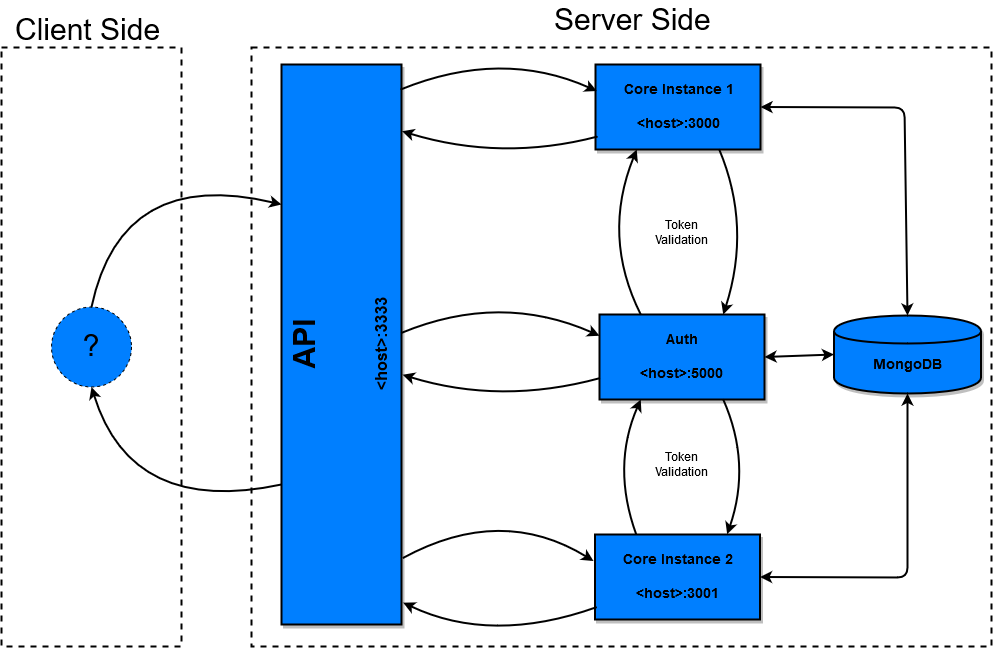
This is doc/Architecture.png from adautomendes/ds-servers-with-docker, a draw.io export, as it was before one commit. Source tidied: cells renumbered, new cells last; positions are measured from the earlier drawing's top-left corner, leaving out a move shared by most shapes. Its diagram source:
```xml
<mxGraphModel>
  <root>
    <mxCell id="0" />
    <mxCell id="1" parent="0" />
    <mxCell id="2" style="rounded=0;whiteSpace=wrap;html=1;shadow=0;glass=0;comic=0;labelBackgroundColor=none;strokeWidth=2;fillColor=none;fontSize=30;dashed=1;perimeterSpacing=28;" parent="1" vertex="1">
      <mxGeometry x="250" y="47" width="740" height="599" as="geometry" />
    </mxCell>
    <mxCell id="3" value="&lt;div style=&quot;font-size: 14px&quot;&gt;Core Instance 1&lt;/div&gt;&lt;div style=&quot;font-size: 14px&quot;&gt;&lt;br&gt;&lt;/div&gt;&lt;div style=&quot;font-size: 14px&quot;&gt;&amp;lt;host&amp;gt;:3000&lt;br style=&quot;font-size: 14px&quot;&gt;&lt;/div&gt;" style="whiteSpace=wrap;html=1;strokeWidth=2;fillColor=#007FFF;strokeColor=#000000;fontColor=#000000;rounded=0;glass=0;comic=0;shadow=1;fontSize=14;fontStyle=1;labelBackgroundColor=none;labelBorderColor=none;imageAspect=1;absoluteArcSize=0;" parent="1" vertex="1">
      <mxGeometry x="594" y="64" width="165" height="85" as="geometry" />
    </mxCell>
    <mxCell id="4" value="&lt;div style=&quot;font-size: 14px&quot;&gt;Core Instance 2&lt;/div&gt;&lt;div style=&quot;font-size: 14px&quot;&gt;&lt;br&gt;&lt;/div&gt;&lt;div style=&quot;font-size: 14px&quot;&gt;&amp;lt;host&amp;gt;:3001&lt;br style=&quot;font-size: 14px&quot;&gt;&lt;/div&gt;" style="whiteSpace=wrap;html=1;strokeWidth=2;fillColor=#007FFF;strokeColor=#000000;fontColor=#000000;rounded=0;glass=0;comic=0;shadow=1;fontSize=14;fontStyle=1;labelBackgroundColor=none;labelBorderColor=none;imageAspect=0;" parent="1" vertex="1">
      <mxGeometry x="593.5" y="534" width="165" height="85" as="geometry" />
    </mxCell>
    <mxCell id="5" value="&lt;div&gt;Auth&lt;/div&gt;&lt;div&gt;&lt;br&gt;&lt;/div&gt;&lt;div&gt;&amp;lt;host&amp;gt;:5000&lt;br&gt;&lt;/div&gt;" style="whiteSpace=wrap;html=1;strokeWidth=2;fillColor=#007FFF;strokeColor=#000000;fontColor=#000000;rounded=0;glass=0;comic=0;shadow=1;fontSize=14;fontStyle=1;labelBackgroundColor=none;labelBorderColor=none;imageAspect=0;" parent="1" vertex="1">
      <mxGeometry x="598" y="314" width="165" height="85" as="geometry" />
    </mxCell>
    <mxCell id="6" value="&lt;div&gt;API&lt;/div&gt;&lt;div&gt;&lt;br&gt;&lt;/div&gt;&lt;div&gt;&lt;font style=&quot;font-size: 16px&quot;&gt;&amp;lt;host&amp;gt;:3333&lt;/font&gt;&lt;br&gt;&lt;/div&gt;" style="rounded=0;whiteSpace=wrap;html=1;strokeWidth=2;fillColor=#007FFF;strokeColor=#000000;fontColor=#000000;glass=0;comic=0;shadow=1;fontSize=30;fontStyle=1;labelBackgroundColor=none;labelBorderColor=none;horizontal=0;verticalAlign=middle;" parent="1" vertex="1">
      <mxGeometry x="280" y="64" width="120" height="560" as="geometry" />
    </mxCell>
    <mxCell id="7" style="curved=1;endArrow=classic;html=1;entryX=0.008;entryY=0.312;entryDx=0;entryDy=0;entryPerimeter=0;exitX=0.995;exitY=0.002;exitDx=0;exitDy=0;exitPerimeter=0;shadow=0;comic=0;startSize=6;strokeWidth=2;" parent="1" edge="1" target="3">
      <mxGeometry relative="1" as="geometry">
        <mxPoint x="399.4" y="88.9" as="sourcePoint" />
        <Array as="points">
          <mxPoint x="500" y="48" />
        </Array>
      </mxGeometry>
    </mxCell>
    <mxCell id="8" style="curved=1;endArrow=classic;html=1;entryX=1.005;entryY=0.155;entryDx=0;entryDy=0;entryPerimeter=0;exitX=0.01;exitY=0.849;exitDx=0;exitDy=0;exitPerimeter=0;shadow=0;comic=0;startSize=6;strokeWidth=2;" parent="1" edge="1" source="3">
      <mxGeometry relative="1" as="geometry">
        <mxPoint x="400.6" y="130.8" as="targetPoint" />
        <Array as="points">
          <mxPoint x="500" y="161" />
        </Array>
      </mxGeometry>
    </mxCell>
    <mxCell id="9" style="curved=1;endArrow=classic;html=1;entryX=0;entryY=0.25;entryDx=0;entryDy=0;exitX=0.995;exitY=0.002;exitDx=0;exitDy=0;exitPerimeter=0;shadow=0;comic=0;startSize=6;strokeWidth=2;" parent="1" edge="1" target="5">
      <mxGeometry relative="1" as="geometry">
        <mxPoint x="399.9" y="332.4" as="sourcePoint" />
        <Array as="points">
          <mxPoint x="499" y="291.5" />
        </Array>
      </mxGeometry>
    </mxCell>
    <mxCell id="10" style="curved=1;endArrow=classic;html=1;entryX=1.005;entryY=0.155;entryDx=0;entryDy=0;entryPerimeter=0;exitX=0;exitY=0.75;exitDx=0;exitDy=0;shadow=0;comic=0;startSize=6;strokeWidth=2;" parent="1" edge="1" source="5">
      <mxGeometry relative="1" as="geometry">
        <mxPoint x="401.1" y="374.2" as="targetPoint" />
        <Array as="points">
          <mxPoint x="499" y="404.5" />
        </Array>
      </mxGeometry>
    </mxCell>
    <mxCell id="11" style="curved=1;endArrow=classic;html=1;entryX=-0.009;entryY=0.312;entryDx=0;entryDy=0;entryPerimeter=0;exitX=1.014;exitY=0.881;exitDx=0;exitDy=0;exitPerimeter=0;shadow=0;comic=0;startSize=6;strokeWidth=2;" parent="1" edge="1" source="6" target="4">
      <mxGeometry relative="1" as="geometry">
        <Array as="points">
          <mxPoint x="500" y="504" />
        </Array>
      </mxGeometry>
    </mxCell>
    <mxCell id="12" style="curved=1;endArrow=classic;html=1;entryX=1.014;entryY=0.961;entryDx=0;entryDy=0;entryPerimeter=0;exitX=0.008;exitY=0.856;exitDx=0;exitDy=0;exitPerimeter=0;shadow=0;comic=0;startSize=6;strokeWidth=2;" parent="1" edge="1" source="4" target="6">
      <mxGeometry relative="1" as="geometry">
        <Array as="points">
          <mxPoint x="490" y="644" />
        </Array>
      </mxGeometry>
    </mxCell>
    <mxCell id="13" value="MongoDB" style="shape=cylinder;whiteSpace=wrap;html=1;boundedLbl=1;backgroundOutline=1;strokeWidth=2;fillColor=#007FFF;fontColor=#000000;fontSize=14;fontStyle=1;shadow=1;strokeColor=#000000;" parent="1" vertex="1">
      <mxGeometry x="832.5" y="315" width="147" height="78" as="geometry" />
    </mxCell>
    <mxCell id="14" style="curved=1;endArrow=classic;html=1;entryX=0.75;entryY=0;entryDx=0;entryDy=0;exitX=0.75;exitY=1;exitDx=0;exitDy=0;shadow=0;comic=0;startSize=6;strokeWidth=2;" parent="1" edge="1" source="3" target="5">
      <mxGeometry relative="1" as="geometry">
        <Array as="points">
          <mxPoint x="750" y="226" />
        </Array>
      </mxGeometry>
    </mxCell>
    <mxCell id="15" style="curved=1;endArrow=classic;html=1;entryX=0.25;entryY=1;entryDx=0;entryDy=0;exitX=0.25;exitY=0;exitDx=0;exitDy=0;shadow=0;comic=0;startSize=6;strokeWidth=2;" parent="1" edge="1" source="5" target="3">
      <mxGeometry relative="1" as="geometry">
        <Array as="points">
          <mxPoint x="600" y="236" />
        </Array>
      </mxGeometry>
    </mxCell>
    <mxCell id="16" style="curved=1;endArrow=classic;html=1;entryX=0.801;entryY=-0.003;entryDx=0;entryDy=0;exitX=0.75;exitY=1;exitDx=0;exitDy=0;entryPerimeter=0;shadow=0;comic=0;startSize=6;strokeWidth=2;" parent="1" edge="1" source="5" target="4">
      <mxGeometry relative="1" as="geometry">
        <Array as="points">
          <mxPoint x="750" y="463" />
        </Array>
      </mxGeometry>
    </mxCell>
    <mxCell id="17" style="curved=1;endArrow=classic;html=1;entryX=0.25;entryY=1;entryDx=0;entryDy=0;exitX=0.25;exitY=0;exitDx=0;exitDy=0;shadow=0;comic=0;startSize=6;strokeWidth=2;" parent="1" edge="1" source="4" target="5">
      <mxGeometry relative="1" as="geometry">
        <Array as="points">
          <mxPoint x="610" y="466" />
        </Array>
      </mxGeometry>
    </mxCell>
    <mxCell id="18" style="endArrow=classic;startArrow=classic;html=1;entryX=0;entryY=0.5;entryDx=0;entryDy=0;exitX=1;exitY=0.5;exitDx=0;exitDy=0;shadow=0;comic=0;startSize=6;strokeWidth=2;" parent="1" edge="1" source="5" target="13">
      <mxGeometry relative="1" as="geometry" />
    </mxCell>
    <mxCell id="19" style="endArrow=classic;startArrow=classic;html=1;entryX=0.5;entryY=0;entryDx=0;entryDy=0;exitX=1;exitY=0.5;exitDx=0;exitDy=0;shadow=0;comic=0;startSize=6;strokeWidth=2;" parent="1" edge="1" source="3" target="13">
      <mxGeometry relative="1" as="geometry">
        <Array as="points">
          <mxPoint x="903" y="107" />
        </Array>
      </mxGeometry>
    </mxCell>
    <mxCell id="20" style="endArrow=classic;startArrow=classic;html=1;entryX=0.5;entryY=1;entryDx=0;entryDy=0;exitX=1;exitY=0.5;exitDx=0;exitDy=0;shadow=0;comic=0;startSize=6;strokeWidth=2;" parent="1" edge="1" source="4" target="13">
      <mxGeometry relative="1" as="geometry">
        <Array as="points">
          <mxPoint x="906" y="577" />
        </Array>
      </mxGeometry>
    </mxCell>
    <mxCell id="21" value="&lt;div&gt;Token&lt;/div&gt;&lt;div align=&quot;center&quot;&gt;Validation&lt;br&gt;&lt;/div&gt;" style="text;html=1;align=center;verticalAlign=top;spacingTop=-4;fillColor=none;" parent="1" vertex="1">
      <mxGeometry x="645.5" y="216.5" width="70" height="30" as="geometry" />
    </mxCell>
    <mxCell id="22" value="&lt;div&gt;Token&lt;/div&gt;&lt;div align=&quot;center&quot;&gt;Validation&lt;br&gt;&lt;/div&gt;" style="text;html=1;align=center;verticalAlign=top;spacingTop=-4;fillColor=none;" parent="1" vertex="1">
      <mxGeometry x="645.5" y="449" width="70" height="30" as="geometry" />
    </mxCell>
    <mxCell id="23" value="Server Side" style="text;html=1;align=left;verticalAlign=top;spacingTop=-4;fontSize=30;fontColor=#000000;" parent="1" vertex="1">
      <mxGeometry x="551" width="170" height="40" as="geometry" />
    </mxCell>
    <mxCell id="24" style="rounded=0;whiteSpace=wrap;html=1;shadow=0;glass=0;comic=0;labelBackgroundColor=none;strokeWidth=2;fillColor=none;fontSize=30;dashed=1;perimeterSpacing=28;" parent="1" vertex="1">
      <mxGeometry y="47" width="180" height="599" as="geometry" />
    </mxCell>
    <mxCell id="25" value="Client Side" style="text;html=1;align=left;verticalAlign=top;spacingTop=-4;fontSize=30;fontColor=#000000;" parent="1" vertex="1">
      <mxGeometry x="12" y="10" width="160" height="40" as="geometry" />
    </mxCell>
    <mxCell id="26" value="?" style="ellipse;whiteSpace=wrap;html=1;rounded=0;shadow=0;glass=0;dashed=1;comic=0;labelBackgroundColor=none;strokeColor=#000000;strokeWidth=1;fillColor=#007FFF;gradientColor=none;fontSize=30;fontColor=#000000;" parent="1" vertex="1">
      <mxGeometry x="50" y="306.5" width="80" height="80" as="geometry" />
    </mxCell>
    <mxCell id="27" style="curved=1;endArrow=classic;html=1;exitX=0.5;exitY=0;exitDx=0;exitDy=0;shadow=0;comic=0;startSize=6;strokeWidth=2;entryX=0;entryY=0.25;entryDx=0;entryDy=0;" parent="1" edge="1" source="26" target="6">
      <mxGeometry relative="1" as="geometry">
        <Array as="points">
          <mxPoint x="120" y="166" />
        </Array>
      </mxGeometry>
    </mxCell>
    <mxCell id="28" style="curved=1;endArrow=classic;html=1;entryX=0.5;entryY=1;entryDx=0;entryDy=0;exitX=0;exitY=0.75;exitDx=0;exitDy=0;shadow=0;comic=0;startSize=6;strokeWidth=2;" parent="1" edge="1" source="6" target="26">
      <mxGeometry relative="1" as="geometry">
        <Array as="points">
          <mxPoint x="130" y="516" />
        </Array>
      </mxGeometry>
    </mxCell>
  </root>
</mxGraphModel>
```
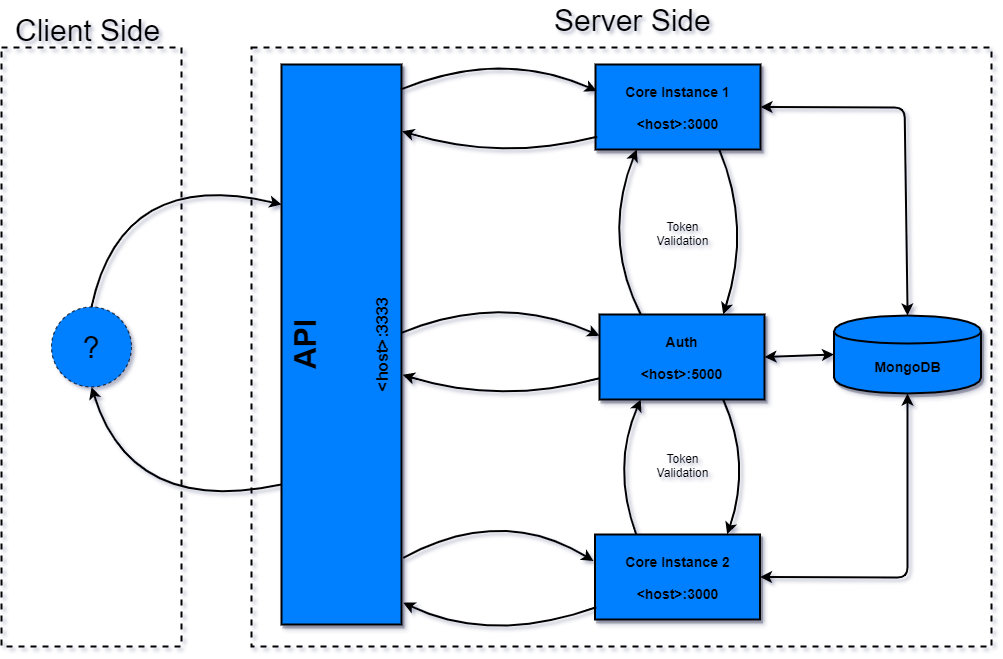
Above is the later version.

Diff of the diagram source:
```diff
@@ -8,7 +8,7 @@
     <mxCell id="3" value="&lt;div style=&quot;font-size: 14px&quot;&gt;Core Instance 1&lt;/div&gt;&lt;div style=&quot;font-size: 14px&quot;&gt;&lt;br&gt;&lt;/div&gt;&lt;div style=&quot;font-size: 14px&quot;&gt;&amp;lt;host&amp;gt;:3000&lt;br style=&quot;font-size: 14px&quot;&gt;&lt;/div&gt;" style="whiteSpace=wrap;html=1;strokeWidth=2;fillColor=#007FFF;strokeColor=#000000;fontColor=#000000;rounded=0;glass=0;comic=0;shadow=1;fontSize=14;fontStyle=1;labelBackgroundColor=none;labelBorderColor=none;imageAspect=1;absoluteArcSize=0;" parent="1" vertex="1">
       <mxGeometry x="594" y="64" width="165" height="85" as="geometry" />
     </mxCell>
-    <mxCell id="4" value="&lt;div style=&quot;font-size: 14px&quot;&gt;Core Instance 2&lt;/div&gt;&lt;div style=&quot;font-size: 14px&quot;&gt;&lt;br&gt;&lt;/div&gt;&lt;div style=&quot;font-size: 14px&quot;&gt;&amp;lt;host&amp;gt;:3001&lt;br style=&quot;font-size: 14px&quot;&gt;&lt;/div&gt;" style="whiteSpace=wrap;html=1;strokeWidth=2;fillColor=#007FFF;strokeColor=#000000;fontColor=#000000;rounded=0;glass=0;comic=0;shadow=1;fontSize=14;fontStyle=1;labelBackgroundColor=none;labelBorderColor=none;imageAspect=0;" parent="1" vertex="1">
+    <mxCell id="4" value="&lt;div style=&quot;font-size: 14px&quot;&gt;Core Instance 2&lt;/div&gt;&lt;div style=&quot;font-size: 14px&quot;&gt;&lt;br&gt;&lt;/div&gt;&lt;div style=&quot;font-size: 14px&quot;&gt;&amp;lt;host&amp;gt;:3000&lt;br style=&quot;font-size: 14px&quot;&gt;&lt;/div&gt;" style="whiteSpace=wrap;html=1;strokeWidth=2;fillColor=#007FFF;strokeColor=#000000;fontColor=#000000;rounded=0;glass=0;comic=0;shadow=1;fontSize=14;fontStyle=1;labelBackgroundColor=none;labelBorderColor=none;imageAspect=0;" parent="1" vertex="1">
       <mxGeometry x="593.5" y="534" width="165" height="85" as="geometry" />
     </mxCell>
     <mxCell id="5" value="&lt;div&gt;Auth&lt;/div&gt;&lt;div&gt;&lt;br&gt;&lt;/div&gt;&lt;div&gt;&amp;lt;host&amp;gt;:5000&lt;br&gt;&lt;/div&gt;" style="whiteSpace=wrap;html=1;strokeWidth=2;fillColor=#007FFF;strokeColor=#000000;fontColor=#000000;rounded=0;glass=0;comic=0;shadow=1;fontSize=14;fontStyle=1;labelBackgroundColor=none;labelBorderColor=none;imageAspect=0;" parent="1" vertex="1">
```
